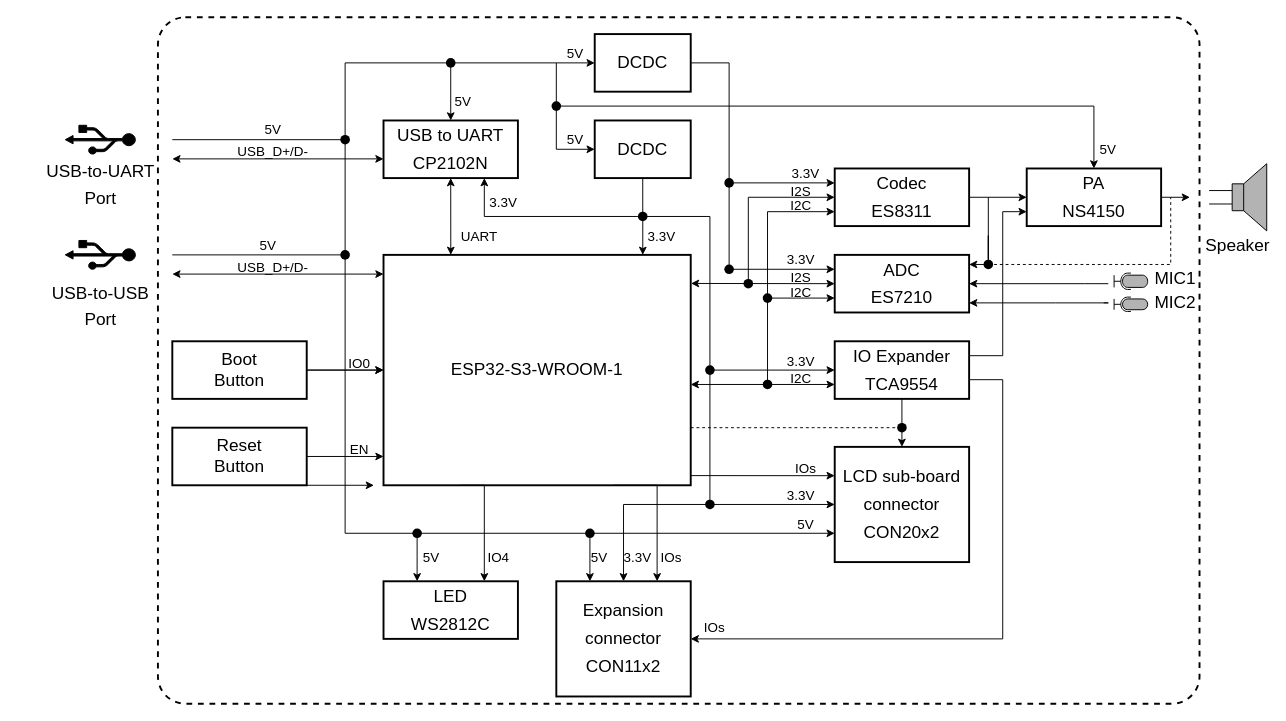
This is Development board/_static/block-diagram.drawio from Lzw655/esp32-s3-lcd-ev-baord-docs, a draw.io file, before an edit. Source tidied: cells renumbered, new cells numbered last; positions are measured from the earlier drawing's top-left corner, leaving out a move shared by most shapes. Both pictures are drawn from the tidied source at 96%, with x=0, y=0 at pixel (16, 16).
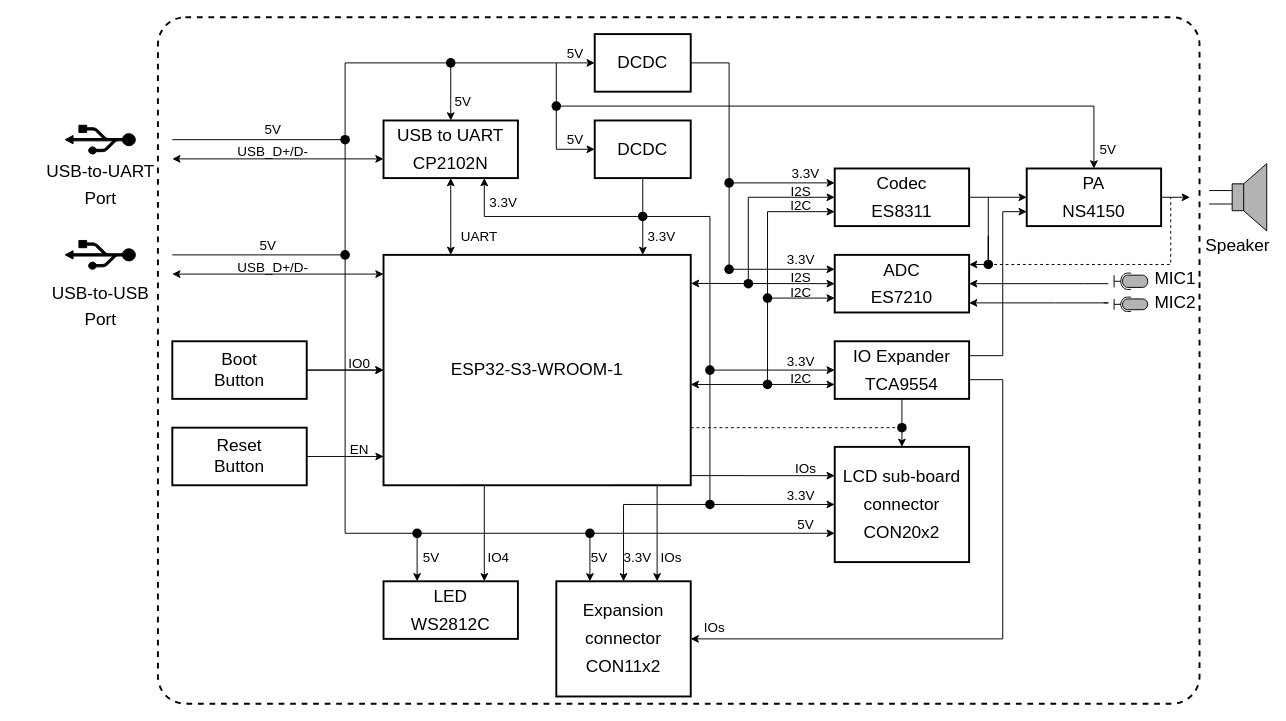
Above is the later version.

Diff of the diagram source:
```diff
@@
-    <mxCell id="6" style="edgeStyle=none;html=1;exitX=1;exitY=0.5;exitDx=0;exitDy=0;entryX=0;entryY=0.875;entryDx=0;entryDy=0;entryPerimeter=0;fontSize=18;fontColor=#000000;" parent="1" edge="1">
-      <mxGeometry relative="1" as="geometry">
-        <mxPoint x="252" y="488" as="sourcePoint" />
-        <mxPoint x="372" y="488" as="targetPoint" />
-      </mxGeometry>
-    </mxCell>
```
